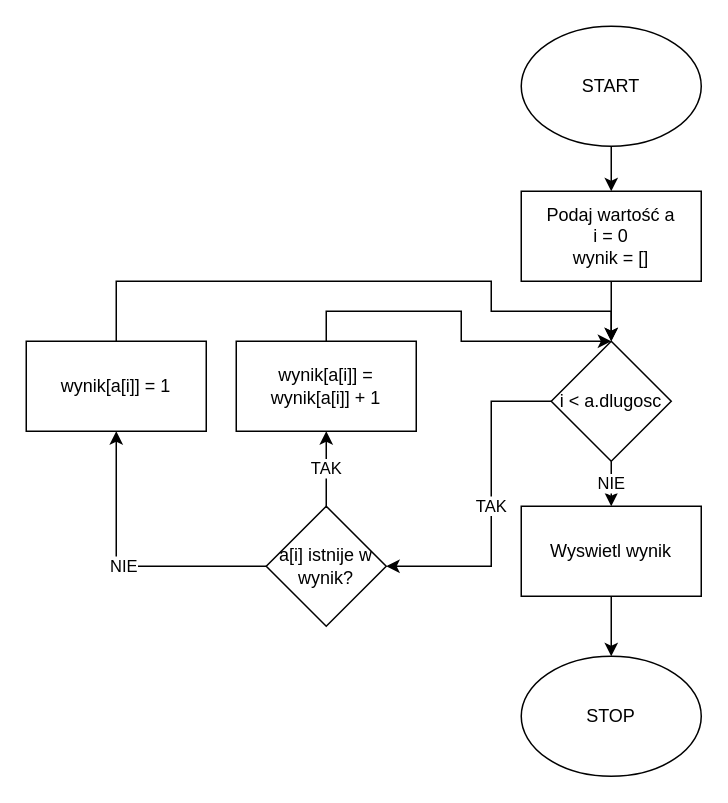
patrykmikolajczak/algorytmy keeps this draw.io diagram as zliczanie-wystapien-elementow-tablicy.drawio. Above is the earlier version. Source tidied: cells renumbered, new cells numbered last; positions are measured from the earlier drawing's top-left corner, leaving out a move shared by most shapes. Both pictures are drawn from the tidied source at 150%, with x=0, y=0 at pixel (26, 26).
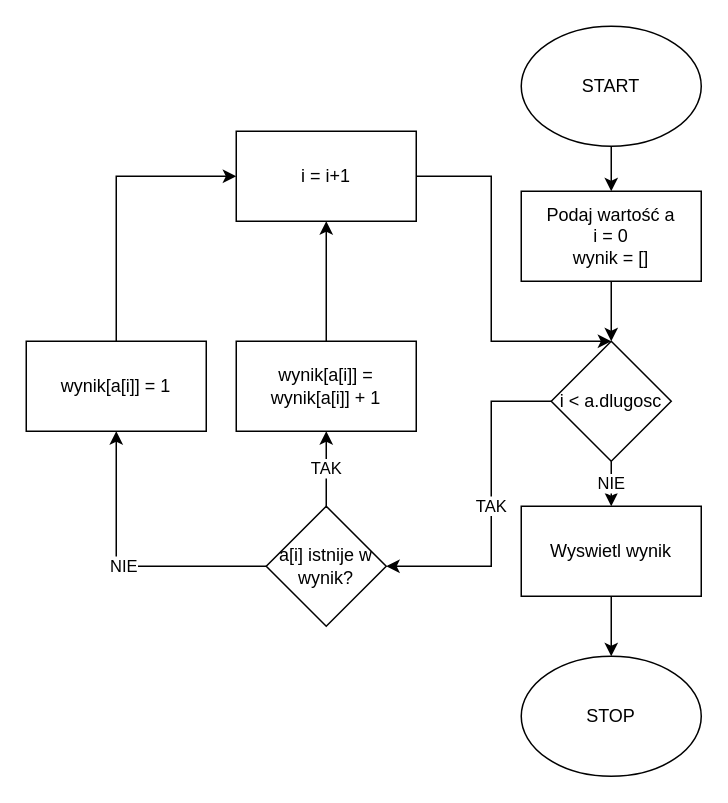
Above is the later version.

The change refers to these unchanged cells:
```xml
<mxCell id="9" value="i &amp;lt; a.dlugosc" style="rhombus;whiteSpace=wrap;html=1;" parent="1" vertex="1">
  <mxGeometry x="350" y="210" width="80" height="80" as="geometry" />
</mxCell>
<mxCell id="16" value="wynik[a[i]] = 1" style="whiteSpace=wrap;html=1;" parent="1" vertex="1">
  <mxGeometry y="210" width="120" height="60" as="geometry" />
</mxCell>
<mxCell id="18" value="wynik[a[i]] = wynik[a[i]] + 1" style="whiteSpace=wrap;html=1;" parent="1" vertex="1">
  <mxGeometry x="140" y="210" width="120" height="60" as="geometry" />
</mxCell>
```

What changed in the source:
```diff
@@
-    <mxCell id="15" style="edgeStyle=orthogonalEdgeStyle;rounded=0;jettySize=auto;html=1;entryX=0.5;entryY=0;entryDx=0;entryDy=0;" parent="1" edge="1" source="16" target="9">
-      <mxGeometry relative="1" as="geometry">
-        <Array as="points">
-          <mxPoint x="60" y="170" />
-          <mxPoint x="310" y="170" />
-          <mxPoint x="310" y="190" />
-          <mxPoint x="390" y="190" />
-        </Array>
-      </mxGeometry>
-    </mxCell>
+    <mxCell id="19" style="edgeStyle=orthogonalEdgeStyle;rounded=0;jettySize=auto;html=1;exitX=0.5;exitY=0;exitDx=0;exitDy=0;entryX=0;entryY=0.5;entryDx=0;entryDy=0;" parent="1" edge="1" source="16" target="22">
+      <mxGeometry relative="1" as="geometry" />
+    </mxCell>
@@
-    <mxCell id="17" style="edgeStyle=orthogonalEdgeStyle;rounded=0;jettySize=auto;html=1;exitX=0.5;exitY=0;exitDx=0;exitDy=0;" parent="1" edge="1" source="18">
-      <mxGeometry relative="1" as="geometry">
-        <mxPoint x="390" y="210" as="targetPoint" />
-        <Array as="points">
-          <mxPoint x="200" y="190" />
-          <mxPoint x="290" y="190" />
-          <mxPoint x="290" y="210" />
-        </Array>
-      </mxGeometry>
-    </mxCell>
+    <mxCell id="20" style="edgeStyle=orthogonalEdgeStyle;rounded=0;jettySize=auto;html=1;" parent="1" edge="1" source="18" target="22">
+      <mxGeometry relative="1" as="geometry" />
+    </mxCell>
@@
+    <mxCell id="21" style="edgeStyle=orthogonalEdgeStyle;rounded=0;jettySize=auto;html=1;exitX=1;exitY=0.5;exitDx=0;exitDy=0;entryX=0.5;entryY=0;entryDx=0;entryDy=0;" parent="1" edge="1" source="22" target="9">
+      <mxGeometry relative="1" as="geometry">
+        <Array as="points">
+          <mxPoint x="310" y="100" />
+          <mxPoint x="310" y="210" />
+        </Array>
+      </mxGeometry>
+    </mxCell>
+    <mxCell id="22" value="i = i+1" style="whiteSpace=wrap;html=1;" parent="1" vertex="1">
+      <mxGeometry x="140" y="70" width="120" height="60" as="geometry" />
+    </mxCell>
```
